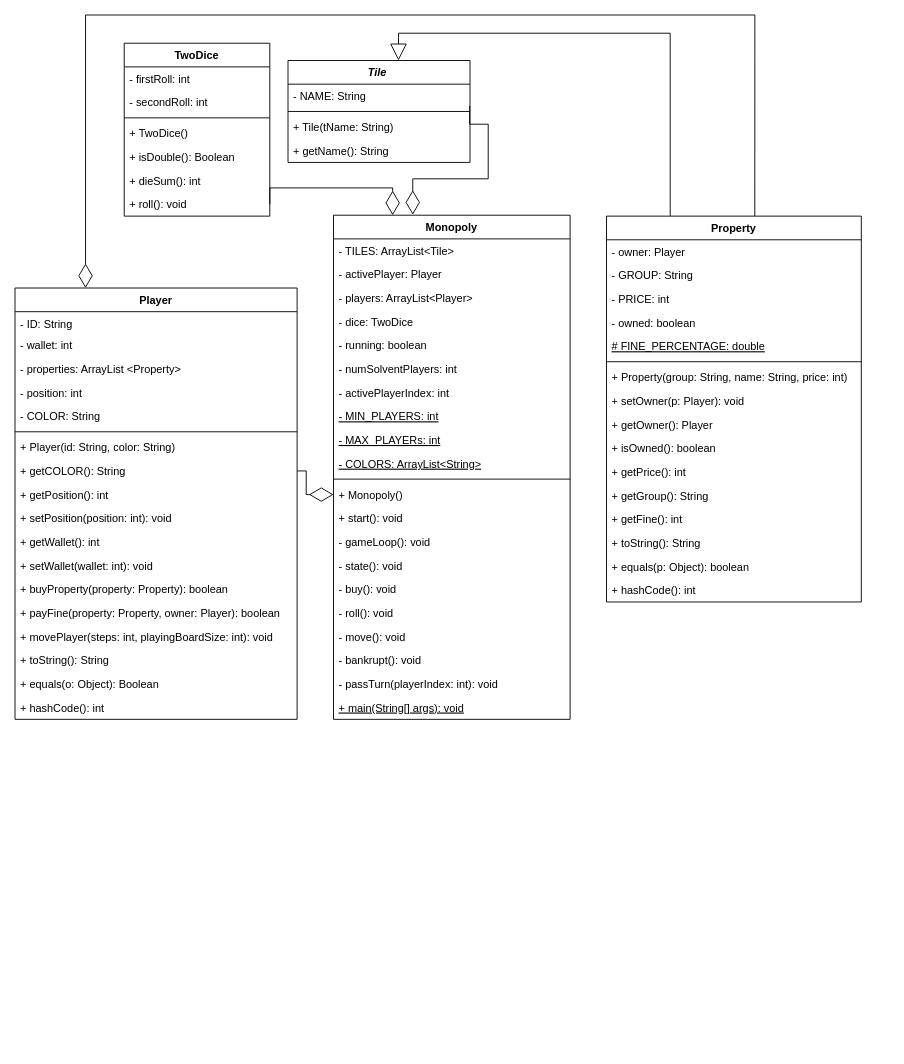
MiniEinsteinD/MonopolyGame keeps this draw.io diagram as MonoplyMilestone1.drawio. Above is the earlier version. Source tidied: cells renumbered, new cells numbered last; positions are measured from the earlier drawing's top-left corner, leaving out a move shared by most shapes. Both pictures are drawn from the tidied source at 91%, with x=0, y=0 at pixel (15, 15).
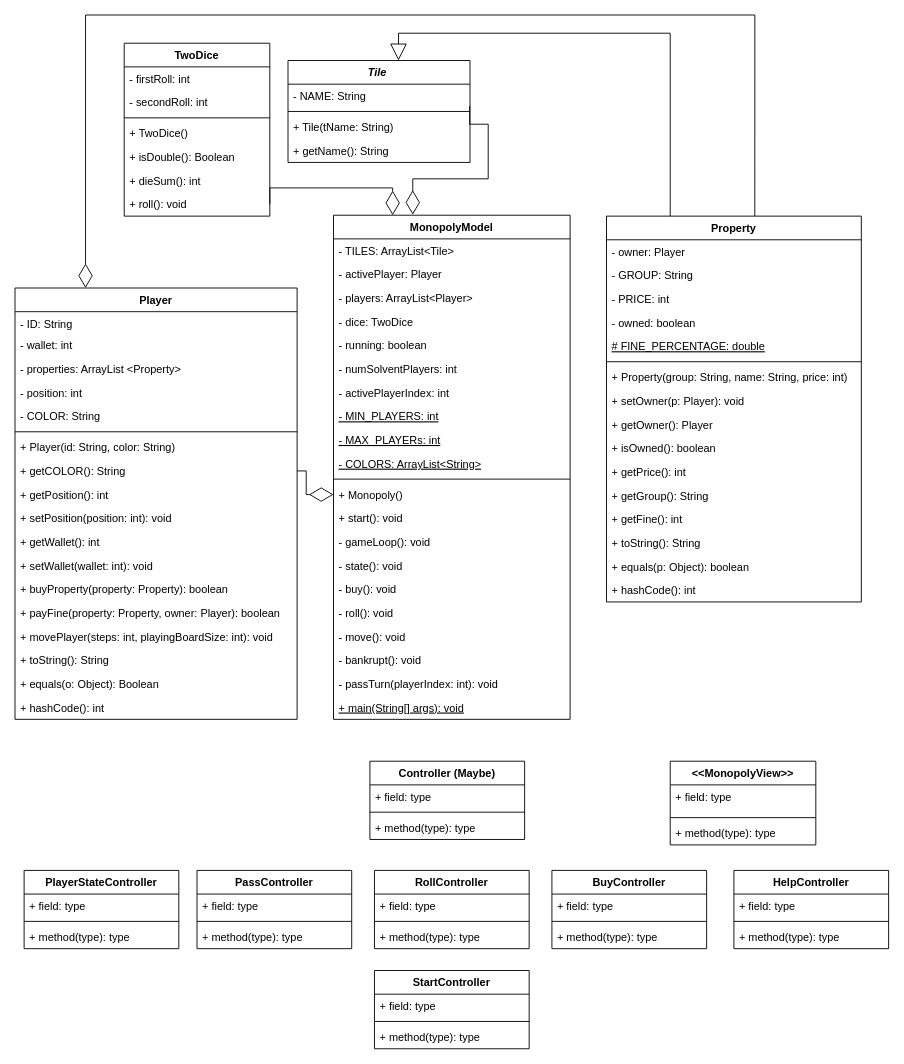
The same page after the edit.

Commit message (it also covers changes not shown here):
Milestone2 - InitDes

Change to the diagram source:
```diff
@@
-    <mxCell id="43" value="Monopoly" style="swimlane;fontStyle=1;align=center;verticalAlign=top;horizontal=1;startSize=26;" parent="1" vertex="1">
+    <mxCell id="43" value="MonopolyModel" style="swimlane;fontStyle=1;align=center;verticalAlign=top;horizontal=1;startSize=26;" parent="1" vertex="1">
       <mxGeometry x="350" y="220" width="260" height="554" as="geometry" />
     </mxCell>
@@
+    <mxCell id="78" value="Controller (Maybe)" style="swimlane;fontStyle=1;align=center;verticalAlign=top;horizontal=1;startSize=26;" parent="1" vertex="1">
+      <mxGeometry x="390" y="820" width="170" height="86" as="geometry" />
+    </mxCell>
+    <mxCell id="79" value="+ field: type" style="text;strokeColor=none;fillColor=none;align=left;verticalAlign=top;spacingLeft=4;spacingRight=4;overflow=hidden;" parent="78" vertex="1">
+      <mxGeometry y="26" width="170" height="26" as="geometry" />
+    </mxCell>
+    <mxCell id="80" style="line;strokeWidth=1;fillColor=none;align=left;verticalAlign=middle;spacingTop=-1;spacingLeft=3;spacingRight=3;labelPosition=right;" parent="78" vertex="1">
+      <mxGeometry y="52" width="170" height="8" as="geometry" />
+    </mxCell>
+    <mxCell id="81" value="+ method(type): type" style="text;strokeColor=none;fillColor=none;align=left;verticalAlign=top;spacingLeft=4;spacingRight=4;overflow=hidden;" parent="78" vertex="1">
+      <mxGeometry y="60" width="170" height="26" as="geometry" />
+    </mxCell>
+    <mxCell id="82" value="&lt;&lt;MonopolyView&gt;&gt;" style="swimlane;fontStyle=1;align=center;verticalAlign=top;horizontal=1;startSize=26;" parent="1" vertex="1">
+      <mxGeometry x="720" y="820" width="160" height="92" as="geometry" />
+    </mxCell>
+    <mxCell id="83" value="+ field: type" style="text;strokeColor=none;fillColor=none;align=left;verticalAlign=top;spacingLeft=4;spacingRight=4;overflow=hidden;" parent="82" vertex="1">
+      <mxGeometry y="26" width="160" height="32" as="geometry" />
+    </mxCell>
+    <mxCell id="84" style="line;strokeWidth=1;fillColor=none;align=left;verticalAlign=middle;spacingTop=-1;spacingLeft=3;spacingRight=3;labelPosition=right;" parent="82" vertex="1">
+      <mxGeometry y="58" width="160" height="8" as="geometry" />
+    </mxCell>
+    <mxCell id="85" value="+ method(type): type" style="text;strokeColor=none;fillColor=none;align=left;verticalAlign=top;spacingLeft=4;spacingRight=4;overflow=hidden;" parent="82" vertex="1">
+      <mxGeometry y="66" width="160" height="26" as="geometry" />
+    </mxCell>
+    <mxCell id="86" value="PlayerStateController" style="swimlane;fontStyle=1;align=center;verticalAlign=top;horizontal=1;startSize=26;" parent="1" vertex="1">
+      <mxGeometry x="10" y="940" width="170" height="86" as="geometry" />
+    </mxCell>
+    <mxCell id="87" value="+ field: type" style="text;strokeColor=none;fillColor=none;align=left;verticalAlign=top;spacingLeft=4;spacingRight=4;overflow=hidden;" parent="86" vertex="1">
+      <mxGeometry y="26" width="170" height="26" as="geometry" />
+    </mxCell>
+    <mxCell id="88" style="line;strokeWidth=1;fillColor=none;align=left;verticalAlign=middle;spacingTop=-1;spacingLeft=3;spacingRight=3;labelPosition=right;" parent="86" vertex="1">
+      <mxGeometry y="52" width="170" height="8" as="geometry" />
+    </mxCell>
+    <mxCell id="89" value="+ method(type): type" style="text;strokeColor=none;fillColor=none;align=left;verticalAlign=top;spacingLeft=4;spacingRight=4;overflow=hidden;" parent="86" vertex="1">
+      <mxGeometry y="60" width="170" height="26" as="geometry" />
+    </mxCell>
+    <mxCell id="90" value="HelpController" style="swimlane;fontStyle=1;align=center;verticalAlign=top;horizontal=1;startSize=26;" parent="1" vertex="1">
+      <mxGeometry x="790" y="940" width="170" height="86" as="geometry" />
+    </mxCell>
+    <mxCell id="91" value="+ field: type" style="text;strokeColor=none;fillColor=none;align=left;verticalAlign=top;spacingLeft=4;spacingRight=4;overflow=hidden;" parent="90" vertex="1">
+      <mxGeometry y="26" width="170" height="26" as="geometry" />
+    </mxCell>
+    <mxCell id="92" style="line;strokeWidth=1;fillColor=none;align=left;verticalAlign=middle;spacingTop=-1;spacingLeft=3;spacingRight=3;labelPosition=right;" parent="90" vertex="1">
+      <mxGeometry y="52" width="170" height="8" as="geometry" />
+    </mxCell>
+    <mxCell id="93" value="+ method(type): type" style="text;strokeColor=none;fillColor=none;align=left;verticalAlign=top;spacingLeft=4;spacingRight=4;overflow=hidden;" parent="90" vertex="1">
+      <mxGeometry y="60" width="170" height="26" as="geometry" />
+    </mxCell>
+    <mxCell id="94" value="BuyController" style="swimlane;fontStyle=1;align=center;verticalAlign=top;horizontal=1;startSize=26;" parent="1" vertex="1">
+      <mxGeometry x="590" y="940" width="170" height="86" as="geometry" />
+    </mxCell>
+    <mxCell id="95" value="+ field: type" style="text;strokeColor=none;fillColor=none;align=left;verticalAlign=top;spacingLeft=4;spacingRight=4;overflow=hidden;" parent="94" vertex="1">
+      <mxGeometry y="26" width="170" height="26" as="geometry" />
+    </mxCell>
+    <mxCell id="96" style="line;strokeWidth=1;fillColor=none;align=left;verticalAlign=middle;spacingTop=-1;spacingLeft=3;spacingRight=3;labelPosition=right;" parent="94" vertex="1">
+      <mxGeometry y="52" width="170" height="8" as="geometry" />
+    </mxCell>
+    <mxCell id="97" value="+ method(type): type" style="text;strokeColor=none;fillColor=none;align=left;verticalAlign=top;spacingLeft=4;spacingRight=4;overflow=hidden;" parent="94" vertex="1">
+      <mxGeometry y="60" width="170" height="26" as="geometry" />
+    </mxCell>
+    <mxCell id="98" value="RollController" style="swimlane;fontStyle=1;align=center;verticalAlign=top;horizontal=1;startSize=26;" parent="1" vertex="1">
+      <mxGeometry x="395" y="940" width="170" height="86" as="geometry" />
+    </mxCell>
+    <mxCell id="99" value="+ field: type" style="text;strokeColor=none;fillColor=none;align=left;verticalAlign=top;spacingLeft=4;spacingRight=4;overflow=hidden;" parent="98" vertex="1">
+      <mxGeometry y="26" width="170" height="26" as="geometry" />
+    </mxCell>
+    <mxCell id="100" style="line;strokeWidth=1;fillColor=none;align=left;verticalAlign=middle;spacingTop=-1;spacingLeft=3;spacingRight=3;labelPosition=right;" parent="98" vertex="1">
+      <mxGeometry y="52" width="170" height="8" as="geometry" />
+    </mxCell>
+    <mxCell id="101" value="+ method(type): type" style="text;strokeColor=none;fillColor=none;align=left;verticalAlign=top;spacingLeft=4;spacingRight=4;overflow=hidden;" parent="98" vertex="1">
+      <mxGeometry y="60" width="170" height="26" as="geometry" />
+    </mxCell>
+    <mxCell id="102" value="PassController" style="swimlane;fontStyle=1;align=center;verticalAlign=top;horizontal=1;startSize=26;" parent="1" vertex="1">
+      <mxGeometry x="200" y="940" width="170" height="86" as="geometry" />
+    </mxCell>
+    <mxCell id="103" value="+ field: type" style="text;strokeColor=none;fillColor=none;align=left;verticalAlign=top;spacingLeft=4;spacingRight=4;overflow=hidden;" parent="102" vertex="1">
+      <mxGeometry y="26" width="170" height="26" as="geometry" />
+    </mxCell>
+    <mxCell id="104" style="line;strokeWidth=1;fillColor=none;align=left;verticalAlign=middle;spacingTop=-1;spacingLeft=3;spacingRight=3;labelPosition=right;" parent="102" vertex="1">
+      <mxGeometry y="52" width="170" height="8" as="geometry" />
+    </mxCell>
+    <mxCell id="105" value="+ method(type): type" style="text;strokeColor=none;fillColor=none;align=left;verticalAlign=top;spacingLeft=4;spacingRight=4;overflow=hidden;" parent="102" vertex="1">
+      <mxGeometry y="60" width="170" height="26" as="geometry" />
+    </mxCell>
+    <mxCell id="106" value="StartController" style="swimlane;fontStyle=1;align=center;verticalAlign=top;horizontal=1;startSize=26;" parent="1" vertex="1">
+      <mxGeometry x="395" y="1050" width="170" height="86" as="geometry" />
+    </mxCell>
+    <mxCell id="107" value="+ field: type" style="text;strokeColor=none;fillColor=none;align=left;verticalAlign=top;spacingLeft=4;spacingRight=4;overflow=hidden;" parent="106" vertex="1">
+      <mxGeometry y="26" width="170" height="26" as="geometry" />
+    </mxCell>
+    <mxCell id="108" style="line;strokeWidth=1;fillColor=none;align=left;verticalAlign=middle;spacingTop=-1;spacingLeft=3;spacingRight=3;labelPosition=right;" parent="106" vertex="1">
+      <mxGeometry y="52" width="170" height="8" as="geometry" />
+    </mxCell>
+    <mxCell id="109" value="+ method(type): type" style="text;strokeColor=none;fillColor=none;align=left;verticalAlign=top;spacingLeft=4;spacingRight=4;overflow=hidden;" parent="106" vertex="1">
+      <mxGeometry y="60" width="170" height="26" as="geometry" />
+    </mxCell>
```
